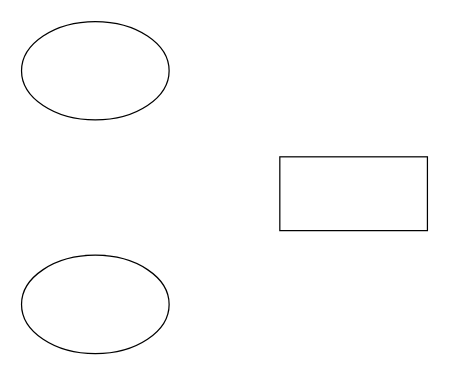
This is 未命名绘图.drawio from PendulumYe/draw-memory-pool, a draw.io file, before an edit. Source tidied: cells renumbered, new cells numbered last; positions are measured from the earlier drawing's top-left corner, leaving out a move shared by most shapes. Both pictures are drawn from the tidied source at 123%, with x=0, y=0 at pixel (21, 21).
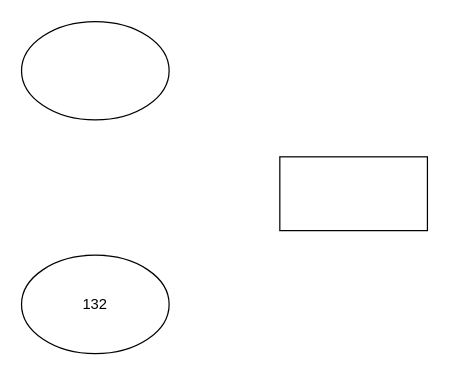
Above is the later version.

Commit message:
更新未命名绘图.drawio

Diff of the diagram source:
```diff
@@
 <mxGraphModel>
   <root>
     <mxCell id="0" />
     <mxCell id="1" parent="0" />
     <mxCell id="2" style="ellipse;whiteSpace=wrap;html=1;" parent="1" vertex="1">
       <mxGeometry width="120" height="80" as="geometry" />
     </mxCell>
-    <mxCell id="3" style="ellipse;whiteSpace=wrap;html=1;" parent="1" vertex="1">
+    <mxCell id="3" value="132" style="ellipse;whiteSpace=wrap;html=1;" parent="1" vertex="1">
       <mxGeometry y="190" width="120" height="80" as="geometry" />
     </mxCell>
     <mxCell id="4" style="rounded=0;whiteSpace=wrap;html=1;" parent="1" vertex="1">
       <mxGeometry x="210" y="110" width="120" height="60" as="geometry" />
     </mxCell>
   </root>
 </mxGraphModel>
```
